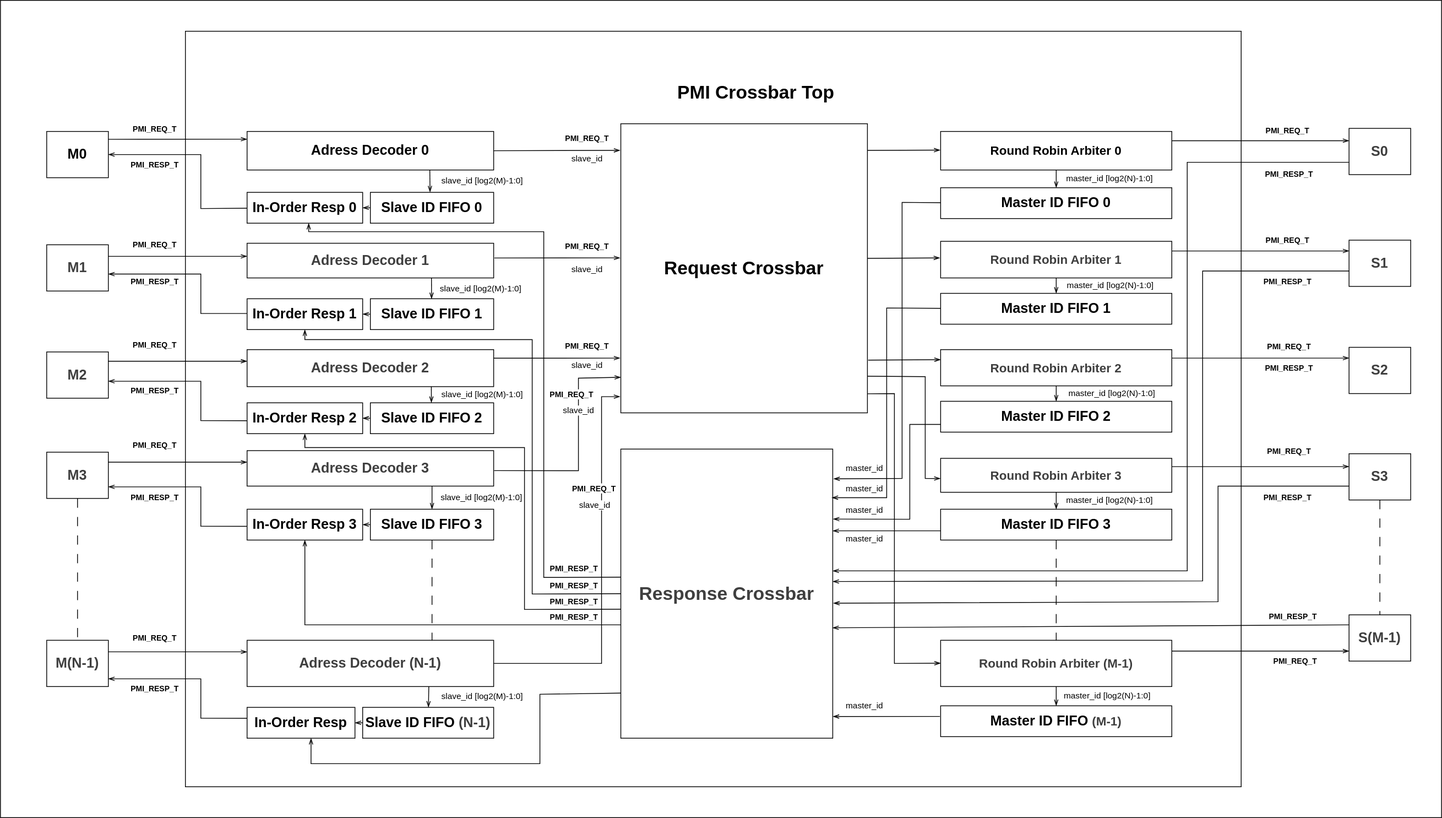
Earlier version of the draw.io export document/pmi_xbar.svg (ADN-VLSI/adn_common). Source tidied: cells renumbered, new cells last; positions are measured from the earlier drawing's top-left corner, leaving out a move shared by most shapes.
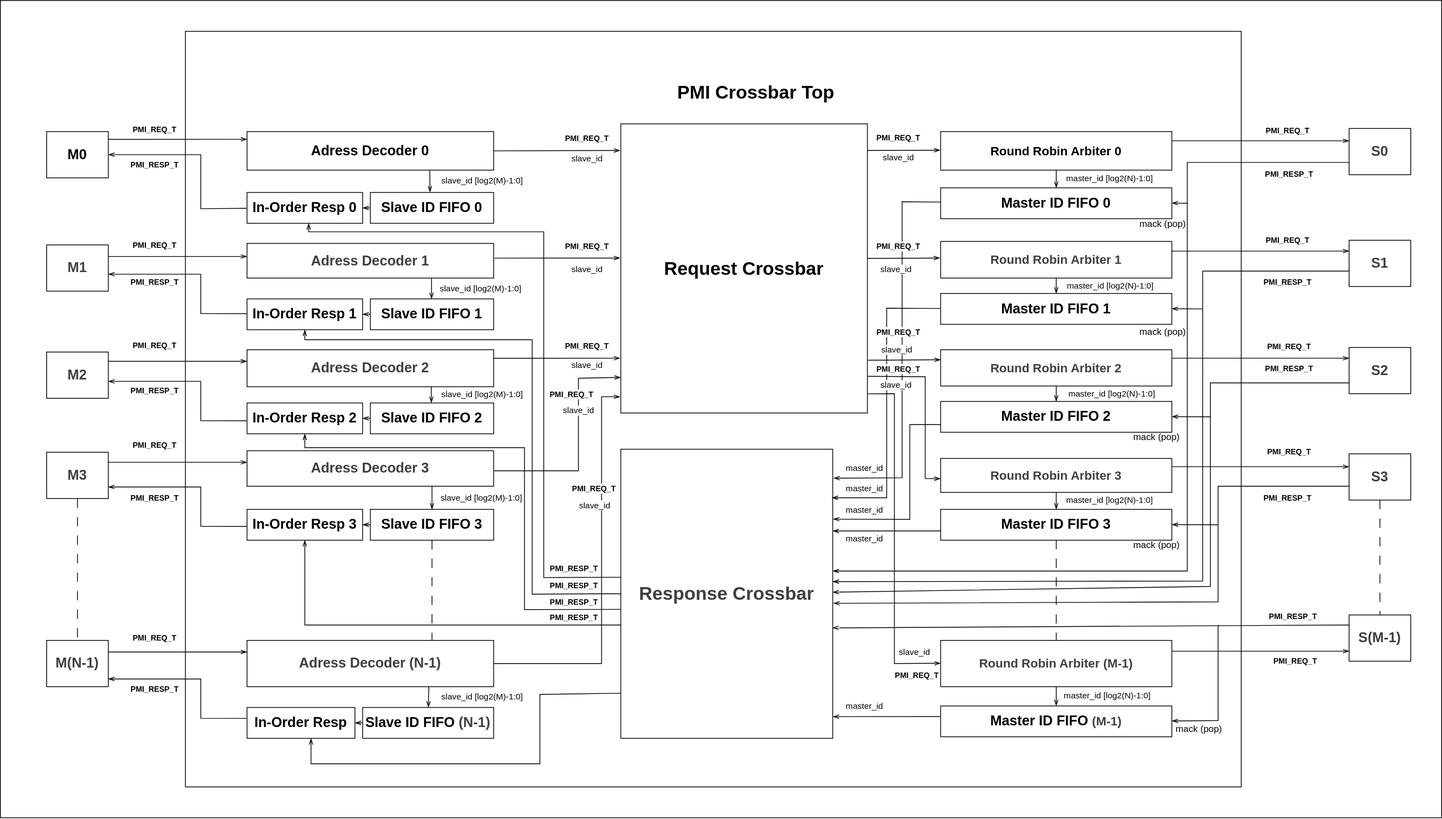
The same file after the commit.

The edit, as a diff of the source:
```diff
@@ -423,12 +423,13 @@
         </Array>
       </mxGeometry>
     </mxCell>
-    <mxCell id="111" style="edgeStyle=none;shape=connector;curved=0;rounded=0;html=1;strokeColor=default;align=center;verticalAlign=middle;fontFamily=Helvetica;fontSize=11;fontColor=default;labelBackgroundColor=default;endArrow=openThin;endFill=0;entryX=1.004;entryY=0.103;entryDx=0;entryDy=0;entryPerimeter=0;" parent="1" edge="1" target="24">
+    <mxCell id="111" style="edgeStyle=none;shape=connector;curved=0;rounded=0;html=1;strokeColor=default;align=center;verticalAlign=middle;fontFamily=Helvetica;fontSize=11;fontColor=default;labelBackgroundColor=default;endArrow=openThin;endFill=0;entryX=1.004;entryY=0.103;entryDx=0;entryDy=0;entryPerimeter=0;" parent="1" edge="1">
       <mxGeometry relative="1" as="geometry">
-        <mxPoint x="1220" y="262.5" as="sourcePoint" />
+        <mxPoint x="1220" y="261.5" as="sourcePoint" />
+        <mxPoint x="1081.1" y="619.6" as="targetPoint" />
         <Array as="points">
-          <mxPoint x="1170" y="262" />
-          <mxPoint x="1170" y="620" />
+          <mxPoint x="1170" y="261" />
+          <mxPoint x="1170" y="619" />
         </Array>
       </mxGeometry>
     </mxCell>
@@ -613,5 +614,92 @@
     <mxCell id="149" value="&lt;b&gt;&lt;font style=&quot;font-size: 10px;&quot;&gt;PMI_RESP_T&lt;/font&gt;&lt;/b&gt;" style="text;html=1;align=center;verticalAlign=middle;strokeColor=none;fillColor=none;fontFamily=Helvetica;fontSize=11;fontColor=default;labelBackgroundColor=default;" parent="1" vertex="1">
       <mxGeometry x="155" y="198" width="90" height="30" as="geometry" />
     </mxCell>
+    <mxCell id="150" value="&lt;font style=&quot;font-size: 10px;&quot;&gt;&lt;b&gt;PMI_REQ_T&lt;/b&gt;&lt;/font&gt;" style="text;html=1;align=center;verticalAlign=middle;strokeColor=none;fillColor=none;fontFamily=Helvetica;fontSize=11;fontColor=default;labelBackgroundColor=default;" parent="1" vertex="1">
+      <mxGeometry x="1125" y="163" width="80" height="30" as="geometry" />
+    </mxCell>
+    <mxCell id="151" value="&lt;font style=&quot;font-size: 10px;&quot;&gt;&lt;b&gt;PMI_REQ_T&lt;/b&gt;&lt;/font&gt;" style="text;html=1;align=center;verticalAlign=middle;strokeColor=none;fillColor=none;fontFamily=Helvetica;fontSize=11;fontColor=default;labelBackgroundColor=default;" parent="1" vertex="1">
+      <mxGeometry x="1125" y="304" width="80" height="30" as="geometry" />
+    </mxCell>
+    <mxCell id="152" value="&lt;font style=&quot;font-size: 10px;&quot;&gt;&lt;b&gt;PMI_REQ_T&lt;/b&gt;&lt;/font&gt;" style="text;html=1;align=center;verticalAlign=middle;strokeColor=none;fillColor=none;fontFamily=Helvetica;fontSize=11;fontColor=default;labelBackgroundColor=default;" parent="1" vertex="1">
+      <mxGeometry x="1125" y="415" width="80" height="30" as="geometry" />
+    </mxCell>
+    <mxCell id="153" value="&lt;font style=&quot;font-size: 10px;&quot;&gt;&lt;b&gt;PMI_REQ_T&lt;/b&gt;&lt;/font&gt;" style="text;html=1;align=center;verticalAlign=middle;strokeColor=none;fillColor=none;fontFamily=Helvetica;fontSize=11;fontColor=default;labelBackgroundColor=default;" parent="1" vertex="1">
+      <mxGeometry x="1125" y="463" width="80" height="30" as="geometry" />
+    </mxCell>
+    <mxCell id="154" value="&lt;font style=&quot;font-size: 10px;&quot;&gt;&lt;b&gt;PMI_REQ_T&lt;/b&gt;&lt;/font&gt;" style="text;html=1;align=center;verticalAlign=middle;strokeColor=none;fillColor=none;fontFamily=Helvetica;fontSize=11;fontColor=default;labelBackgroundColor=default;" parent="1" vertex="1">
+      <mxGeometry x="1149" y="860" width="80" height="30" as="geometry" />
+    </mxCell>
+    <mxCell id="155" value="slave_id" style="text;html=1;align=center;verticalAlign=middle;strokeColor=none;fillColor=none;fontFamily=Helvetica;fontSize=11;fontColor=default;labelBackgroundColor=default;" parent="1" vertex="1">
+      <mxGeometry x="1135" y="189" width="60" height="30" as="geometry" />
+    </mxCell>
+    <mxCell id="156" value="slave_id" style="text;html=1;align=center;verticalAlign=middle;strokeColor=none;fillColor=none;fontFamily=Helvetica;fontSize=11;fontColor=default;labelBackgroundColor=default;" parent="1" vertex="1">
+      <mxGeometry x="1132" y="334" width="60" height="30" as="geometry" />
+    </mxCell>
+    <mxCell id="157" value="slave_id" style="text;html=1;align=center;verticalAlign=middle;strokeColor=none;fillColor=none;fontFamily=Helvetica;fontSize=11;fontColor=default;labelBackgroundColor=default;" parent="1" vertex="1">
+      <mxGeometry x="1132" y="484" width="60" height="30" as="geometry" />
+    </mxCell>
+    <mxCell id="158" value="slave_id" style="text;html=1;align=center;verticalAlign=middle;strokeColor=none;fillColor=none;fontFamily=Helvetica;fontSize=11;fontColor=default;labelBackgroundColor=default;" parent="1" vertex="1">
+      <mxGeometry x="1133" y="438" width="60" height="30" as="geometry" />
+    </mxCell>
+    <mxCell id="159" value="slave_id" style="text;html=1;align=center;verticalAlign=middle;strokeColor=none;fillColor=none;fontFamily=Helvetica;fontSize=11;fontColor=default;labelBackgroundColor=default;" parent="1" vertex="1">
+      <mxGeometry x="1156" y="830" width="60" height="30" as="geometry" />
+    </mxCell>
+    <mxCell id="160" value="mack (pop)" style="text;html=1;align=center;verticalAlign=middle;strokeColor=none;fillColor=none;" parent="1" vertex="1">
+      <mxGeometry x="1468" y="275" width="80" height="30" as="geometry" />
+    </mxCell>
+    <mxCell id="161" style="edgeStyle=none;shape=connector;curved=0;rounded=0;html=1;strokeColor=default;align=center;verticalAlign=middle;fontFamily=Helvetica;fontSize=11;fontColor=default;labelBackgroundColor=default;endArrow=openThin;endFill=0;entryX=1.001;entryY=0.925;entryDx=0;entryDy=0;entryPerimeter=0;" parent="1" edge="1">
+      <mxGeometry relative="1" as="geometry">
+        <mxPoint x="1540" y="263" as="sourcePoint" />
+        <mxPoint x="1520" y="262.9" as="targetPoint" />
+      </mxGeometry>
+    </mxCell>
+    <mxCell id="162" style="edgeStyle=none;shape=connector;curved=0;rounded=0;html=1;strokeColor=default;align=center;verticalAlign=middle;fontFamily=Helvetica;fontSize=11;fontColor=default;labelBackgroundColor=default;endArrow=openThin;endFill=0;entryX=1.001;entryY=0.925;entryDx=0;entryDy=0;entryPerimeter=0;" parent="1" edge="1">
+      <mxGeometry relative="1" as="geometry">
+        <mxPoint x="1560" y="400" as="sourcePoint" />
+        <mxPoint x="1520" y="399.8" as="targetPoint" />
+      </mxGeometry>
+    </mxCell>
+    <mxCell id="163" value="mack (pop)" style="text;html=1;align=center;verticalAlign=middle;strokeColor=none;fillColor=none;" parent="1" vertex="1">
+      <mxGeometry x="1468" y="415" width="80" height="30" as="geometry" />
+    </mxCell>
+    <mxCell id="164" value="mack (pop)" style="text;html=1;align=center;verticalAlign=middle;strokeColor=none;fillColor=none;" parent="1" vertex="1">
+      <mxGeometry x="1460" y="552" width="80" height="30" as="geometry" />
+    </mxCell>
+    <mxCell id="165" style="edgeStyle=none;shape=connector;curved=0;rounded=0;html=1;strokeColor=default;align=center;verticalAlign=middle;fontFamily=Helvetica;fontSize=11;fontColor=default;labelBackgroundColor=default;endArrow=openThin;endFill=0;entryX=1.001;entryY=0.925;entryDx=0;entryDy=0;entryPerimeter=0;" parent="1" edge="1">
+      <mxGeometry relative="1" as="geometry">
+        <mxPoint x="1580" y="680" as="sourcePoint" />
+        <mxPoint x="1520" y="679.8" as="targetPoint" />
+      </mxGeometry>
+    </mxCell>
+    <mxCell id="166" value="mack (pop)" style="text;html=1;align=center;verticalAlign=middle;strokeColor=none;fillColor=none;" parent="1" vertex="1">
+      <mxGeometry x="1460" y="692" width="80" height="30" as="geometry" />
+    </mxCell>
+    <mxCell id="167" style="edgeStyle=none;shape=connector;curved=0;rounded=0;html=1;strokeColor=default;align=center;verticalAlign=middle;fontFamily=Helvetica;fontSize=11;fontColor=default;labelBackgroundColor=default;endArrow=openThin;endFill=0;" parent="1" edge="1" target="24">
+      <mxGeometry relative="1" as="geometry">
+        <mxPoint x="1750" y="496" as="sourcePoint" />
+        <Array as="points">
+          <mxPoint x="1570" y="496" />
+          <mxPoint x="1570" y="760" />
+        </Array>
+      </mxGeometry>
+    </mxCell>
+    <mxCell id="168" style="edgeStyle=none;shape=connector;curved=0;rounded=0;html=1;strokeColor=default;align=center;verticalAlign=middle;fontFamily=Helvetica;fontSize=11;fontColor=default;labelBackgroundColor=default;endArrow=openThin;endFill=0;entryX=1.001;entryY=0.925;entryDx=0;entryDy=0;entryPerimeter=0;" parent="1" edge="1">
+      <mxGeometry relative="1" as="geometry">
+        <mxPoint x="1570" y="540" as="sourcePoint" />
+        <mxPoint x="1520" y="539.8" as="targetPoint" />
+      </mxGeometry>
+    </mxCell>
+    <mxCell id="169" style="edgeStyle=none;shape=connector;curved=0;rounded=0;html=1;strokeColor=default;align=center;verticalAlign=middle;fontFamily=Helvetica;fontSize=11;fontColor=default;labelBackgroundColor=default;endArrow=openThin;endFill=0;entryX=1.001;entryY=0.925;entryDx=0;entryDy=0;entryPerimeter=0;" parent="1" edge="1">
+      <mxGeometry relative="1" as="geometry">
+        <mxPoint x="1580" y="810" as="sourcePoint" />
+        <mxPoint x="1520" y="934.5" as="targetPoint" />
+        <Array as="points">
+          <mxPoint x="1580" y="934" />
+        </Array>
+      </mxGeometry>
+    </mxCell>
+    <mxCell id="170" value="mack (pop)" style="text;html=1;align=center;verticalAlign=middle;strokeColor=none;fillColor=none;" parent="1" vertex="1">
+      <mxGeometry x="1515" y="930" width="80" height="30" as="geometry" />
+    </mxCell>
   </root>
 </mxGraphModel>
```
